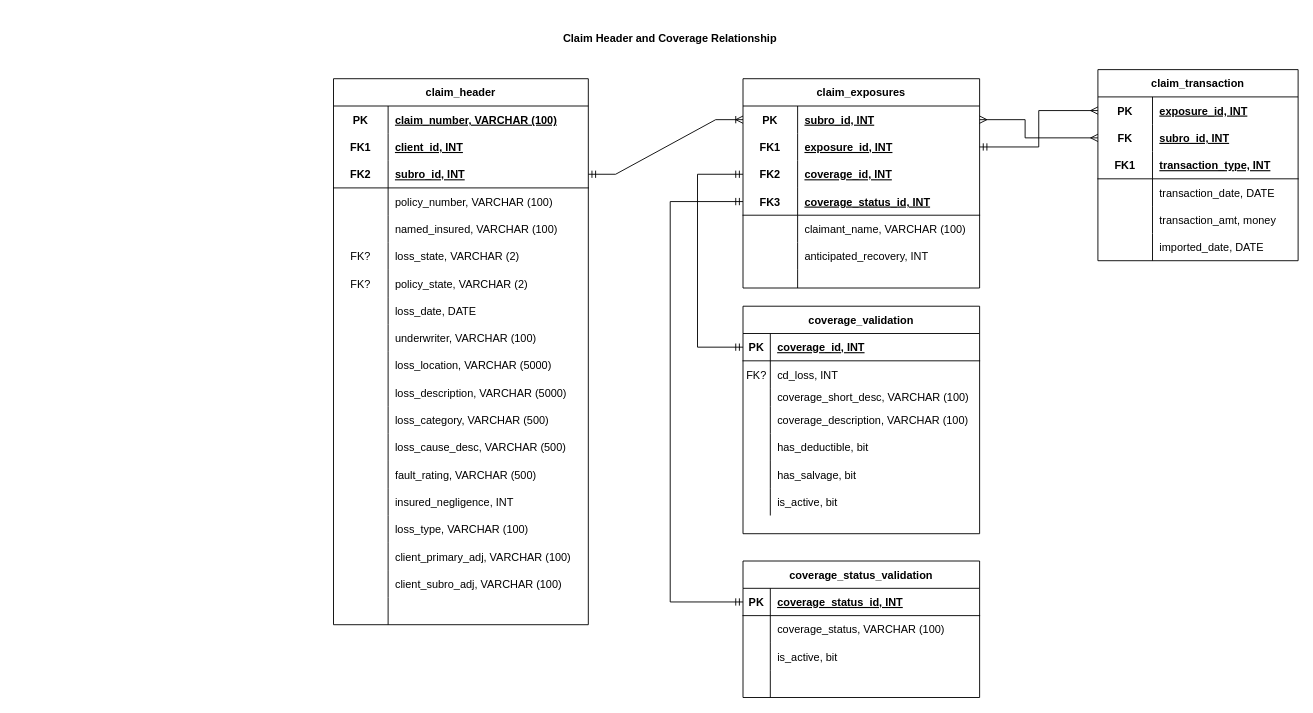
Above: Untitled Diagram.drawio in houstonhag/subro-arb (draw.io), before the change. Source tidied: cells renumbered, new cells numbered last; positions are measured from the earlier drawing's top-left corner, leaving out a move shared by most shapes. Both pictures are drawn from the tidied source at 91%, with x=0, y=0 at pixel (333, 15).
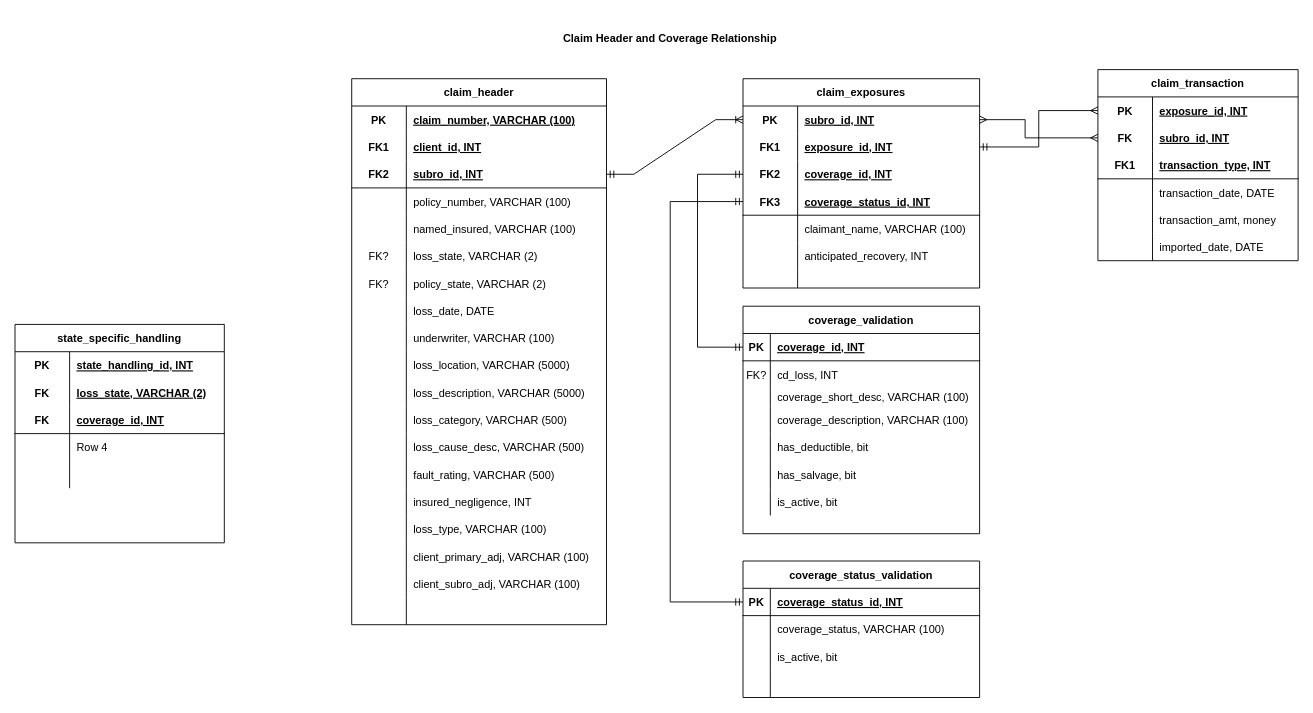
After the change.

Diff of the diagram source:
```diff
@@
     <mxCell id="2" value="claim_header" style="shape=table;startSize=30;childLayout=tableLayout;rowLines=0;fontStyle=1;align=center;" parent="1" vertex="1">
-      <mxGeometry y="70" width="280" height="600" as="geometry" />
+      <mxGeometry x="20" y="70" width="280" height="600" as="geometry" />
     </mxCell>
@@
+    <mxCell id="142" value="state_specific_handling" style="shape=table;startSize=30;childLayout=tableLayout;rowLines=0;fontStyle=1;align=center;" parent="1" vertex="1">
+      <mxGeometry x="-350" y="340" width="230" height="240" as="geometry" />
+    </mxCell>
+    <mxCell id="143" style="shape=tableRow;horizontal=0;startSize=0;swimlaneHead=0;swimlaneBody=0;fillColor=none;top=0;left=0;right=0;bottom=0;" parent="142" vertex="1">
+      <mxGeometry y="30" width="230" height="30" as="geometry" />
+    </mxCell>
+    <mxCell id="144" value="PK" style="shape=partialRectangle;fillColor=none;top=0;left=0;bottom=0;right=0;fontStyle=1;overflow=hidden;" parent="143" vertex="1">
+      <mxGeometry width="60" height="30" as="geometry" />
+    </mxCell>
+    <mxCell id="145" value="state_handling_id, INT" style="shape=partialRectangle;fillColor=none;top=0;left=0;bottom=0;right=0;align=left;spacingLeft=6;fontStyle=5;overflow=hidden;" parent="143" vertex="1">
+      <mxGeometry x="60" width="170" height="30" as="geometry" />
+    </mxCell>
+    <mxCell id="146" style="shape=tableRow;horizontal=0;startSize=0;swimlaneHead=0;swimlaneBody=0;fillColor=none;top=0;left=0;right=0;bottom=0;" parent="142" vertex="1">
+      <mxGeometry y="60" width="230" height="30" as="geometry" />
+    </mxCell>
+    <mxCell id="147" value="FK" style="shape=partialRectangle;fillColor=none;top=0;left=0;bottom=0;right=0;fontStyle=1;overflow=hidden;" parent="146" vertex="1">
+      <mxGeometry width="60" height="30" as="geometry" />
+    </mxCell>
+    <mxCell id="148" value="loss_state, VARCHAR (2)" style="shape=partialRectangle;fillColor=none;top=0;left=0;bottom=0;right=0;align=left;spacingLeft=6;fontStyle=5;overflow=hidden;" parent="146" vertex="1">
+      <mxGeometry x="60" width="170" height="30" as="geometry" />
+    </mxCell>
+    <mxCell id="149" style="shape=tableRow;horizontal=0;startSize=0;swimlaneHead=0;swimlaneBody=0;fillColor=none;top=0;left=0;right=0;bottom=1;" parent="142" vertex="1">
+      <mxGeometry y="90" width="230" height="30" as="geometry" />
+    </mxCell>
+    <mxCell id="150" value="FK" style="shape=partialRectangle;fillColor=none;top=0;left=0;bottom=0;right=0;fontStyle=1;overflow=hidden;" parent="149" vertex="1">
+      <mxGeometry width="60" height="30" as="geometry" />
+    </mxCell>
+    <mxCell id="151" value="coverage_id, INT" style="shape=partialRectangle;fillColor=none;top=0;left=0;bottom=0;right=0;align=left;spacingLeft=6;fontStyle=5;overflow=hidden;" parent="149" vertex="1">
+      <mxGeometry x="60" width="170" height="30" as="geometry" />
+    </mxCell>
+    <mxCell id="152" style="shape=tableRow;horizontal=0;startSize=0;swimlaneHead=0;swimlaneBody=0;fillColor=none;top=0;left=0;right=0;bottom=0;" parent="142" vertex="1">
+      <mxGeometry y="120" width="230" height="30" as="geometry" />
+    </mxCell>
+    <mxCell id="153" style="shape=partialRectangle;fillColor=none;top=0;left=0;bottom=0;right=0;overflow=hidden;" parent="152" vertex="1">
+      <mxGeometry width="60" height="30" as="geometry" />
+    </mxCell>
+    <mxCell id="154" value="Row 4" style="shape=partialRectangle;fillColor=none;top=0;left=0;bottom=0;right=0;align=left;spacingLeft=6;overflow=hidden;" parent="152" vertex="1">
+      <mxGeometry x="60" width="170" height="30" as="geometry" />
+    </mxCell>
+    <mxCell id="155" style="shape=tableRow;horizontal=0;startSize=0;swimlaneHead=0;swimlaneBody=0;fillColor=none;top=0;left=0;right=0;bottom=0;" parent="142" vertex="1">
+      <mxGeometry y="150" width="230" height="30" as="geometry" />
+    </mxCell>
+    <mxCell id="156" style="shape=partialRectangle;fillColor=none;top=0;left=0;bottom=0;right=0;overflow=hidden;" parent="155" vertex="1">
+      <mxGeometry width="60" height="30" as="geometry" />
+    </mxCell>
+    <mxCell id="157" style="shape=partialRectangle;fillColor=none;top=0;left=0;bottom=0;right=0;align=left;spacingLeft=6;overflow=hidden;" parent="155" vertex="1">
+      <mxGeometry x="60" width="170" height="30" as="geometry" />
+    </mxCell>
```
